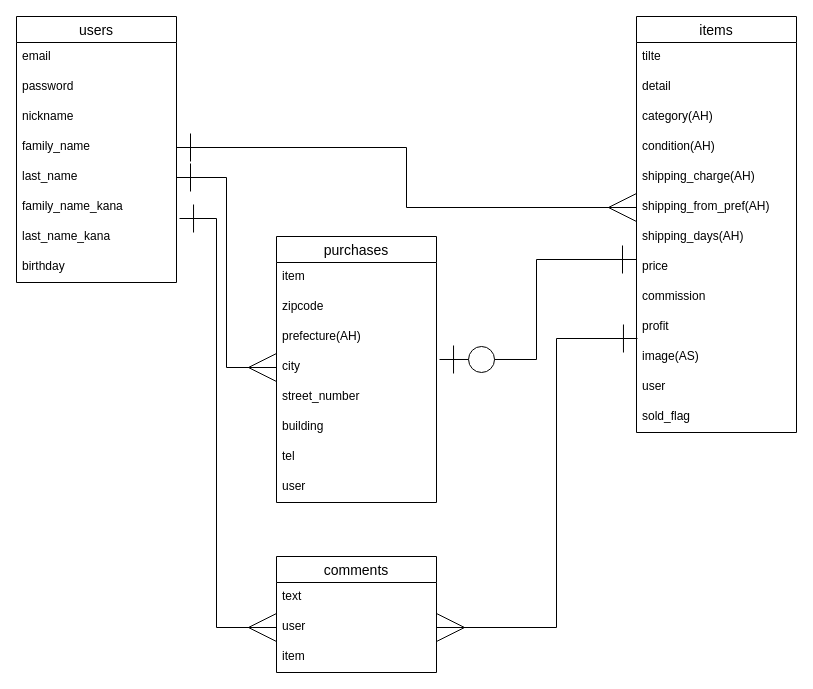
Above: furima.dio in mittz333/furima-32371 (draw.io), before the change. Source tidied: cells renumbered, new cells numbered last; positions are measured from the earlier drawing's top-left corner, leaving out a move shared by most shapes. Both pictures are drawn from the tidied source at 100%, with x=0, y=0 at pixel (16, 16).
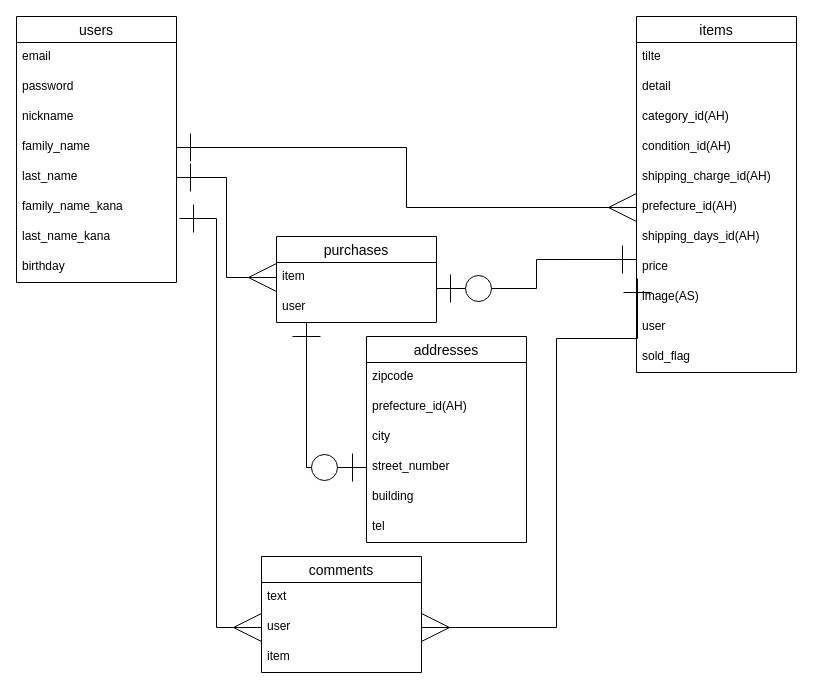
Above is the later version.

Unchanged cells that the change refers to:
```xml
<mxCell id="7" value="last_name" style="text;strokeColor=none;fillColor=none;spacingLeft=4;spacingRight=4;overflow=hidden;points=[[0,0.5],[1,0.5]];portConstraint=eastwest;fontSize=12;" parent="2" vertex="1">
  <mxGeometry y="146" width="160" height="30" as="geometry" />
</mxCell>
<mxCell id="19" value="price" style="text;strokeColor=none;fillColor=none;spacingLeft=4;spacingRight=4;overflow=hidden;points=[[0,0.5],[1,0.5]];portConstraint=eastwest;fontSize=12;" parent="11" vertex="1">
  <mxGeometry y="236" width="160" height="30" as="geometry" />
</mxCell>
<mxCell id="26" value="item" style="text;strokeColor=none;fillColor=none;spacingLeft=4;spacingRight=4;overflow=hidden;points=[[0,0.5],[1,0.5]];portConstraint=eastwest;fontSize=12;" parent="25" vertex="1">
  <mxGeometry y="26" width="160" height="30" as="geometry" />
</mxCell>
```

The edit, as a diff of the source:
```diff
@@
     <mxCell id="11" value="items" style="swimlane;fontStyle=0;horizontal=1;startSize=26;align=center;fontSize=14;" parent="1" vertex="1">
-      <mxGeometry x="620" width="160" height="416" as="geometry" />
+      <mxGeometry x="620" width="160" height="356" as="geometry" />
     </mxCell>
@@
-    <mxCell id="14" value="category(AH)" style="text;strokeColor=none;fillColor=none;spacingLeft=4;spacingRight=4;overflow=hidden;fontSize=12;" parent="11" vertex="1">
+    <mxCell id="14" value="category_id(AH)" style="text;strokeColor=none;fillColor=none;spacingLeft=4;spacingRight=4;overflow=hidden;fontSize=12;" parent="11" vertex="1">
       <mxGeometry y="86" width="160" height="30" as="geometry" />
     </mxCell>
-    <mxCell id="15" value="condition(AH)" style="text;strokeColor=none;fillColor=none;spacingLeft=4;spacingRight=4;overflow=hidden;fontSize=12;" parent="11" vertex="1">
+    <mxCell id="15" value="condition_id(AH)" style="text;strokeColor=none;fillColor=none;spacingLeft=4;spacingRight=4;overflow=hidden;fontSize=12;" parent="11" vertex="1">
       <mxGeometry y="116" width="160" height="30" as="geometry" />
     </mxCell>
-    <mxCell id="16" value="shipping_charge(AH)" style="text;strokeColor=none;fillColor=none;spacingLeft=4;spacingRight=4;overflow=hidden;fontSize=12;" parent="11" vertex="1">
+    <mxCell id="16" value="shipping_charge_id(AH)" style="text;strokeColor=none;fillColor=none;spacingLeft=4;spacingRight=4;overflow=hidden;fontSize=12;" parent="11" vertex="1">
       <mxGeometry y="146" width="160" height="30" as="geometry" />
     </mxCell>
-    <mxCell id="17" value="shipping_from_pref(AH)" style="text;strokeColor=none;fillColor=none;spacingLeft=4;spacingRight=4;overflow=hidden;points=[[0,0.5],[1,0.5]];portConstraint=eastwest;fontSize=12;" parent="11" vertex="1">
+    <mxCell id="17" value="prefecture_id(AH)" style="text;strokeColor=none;fillColor=none;spacingLeft=4;spacingRight=4;overflow=hidden;points=[[0,0.5],[1,0.5]];portConstraint=eastwest;fontSize=12;" parent="11" vertex="1">
       <mxGeometry y="176" width="160" height="30" as="geometry" />
     </mxCell>
-    <mxCell id="18" value="shipping_days(AH)" style="text;strokeColor=none;fillColor=none;spacingLeft=4;spacingRight=4;overflow=hidden;fontSize=12;" parent="11" vertex="1">
+    <mxCell id="18" value="shipping_days_id(AH)" style="text;strokeColor=none;fillColor=none;spacingLeft=4;spacingRight=4;overflow=hidden;fontSize=12;" parent="11" vertex="1">
       <mxGeometry y="206" width="160" height="30" as="geometry" />
     </mxCell>
@@
-    <mxCell id="20" value="commission" style="text;strokeColor=none;fillColor=none;spacingLeft=4;spacingRight=4;overflow=hidden;fontSize=12;" parent="11" vertex="1">
-      <mxGeometry y="266" width="160" height="30" as="geometry" />
-    </mxCell>
-    <mxCell id="21" value="profit" style="text;strokeColor=none;fillColor=none;spacingLeft=4;spacingRight=4;overflow=hidden;fontSize=12;" parent="11" vertex="1">
-      <mxGeometry y="296" width="160" height="30" as="geometry" />
-    </mxCell>
     <mxCell id="22" value="image(AS)" style="text;strokeColor=none;fillColor=none;spacingLeft=4;spacingRight=4;overflow=hidden;points=[[0,0.5],[1,0.5]];portConstraint=eastwest;fontSize=12;" parent="11" vertex="1">
-      <mxGeometry y="326" width="160" height="30" as="geometry" />
+      <mxGeometry y="266" width="160" height="30" as="geometry" />
     </mxCell>
     <mxCell id="23" value="user" style="text;strokeColor=none;fillColor=none;spacingLeft=4;spacingRight=4;overflow=hidden;fontSize=12;" parent="11" vertex="1">
-      <mxGeometry y="356" width="160" height="30" as="geometry" />
+      <mxGeometry y="296" width="160" height="30" as="geometry" />
     </mxCell>
     <mxCell id="24" value="sold_flag" style="text;strokeColor=none;fillColor=none;spacingLeft=4;spacingRight=4;overflow=hidden;fontSize=12;" parent="11" vertex="1">
-      <mxGeometry y="386" width="160" height="30" as="geometry" />
+      <mxGeometry y="326" width="160" height="30" as="geometry" />
     </mxCell>
     <mxCell id="25" value="purchases" style="swimlane;fontStyle=0;horizontal=1;startSize=26;align=center;fontSize=14;" parent="1" vertex="1">
-      <mxGeometry x="260" y="220" width="160" height="266" as="geometry" />
+      <mxGeometry x="260" y="220" width="160" height="86" as="geometry" />
     </mxCell>
@@
-    <mxCell id="27" value="zipcode" style="text;strokeColor=none;fillColor=none;spacingLeft=4;spacingRight=4;overflow=hidden;fontSize=12;" parent="25" vertex="1">
-      <mxGeometry y="56" width="160" height="30" as="geometry" />
-    </mxCell>
-    <mxCell id="28" value="prefecture(AH)" style="text;strokeColor=none;fillColor=none;spacingLeft=4;spacingRight=4;overflow=hidden;fontSize=12;" parent="25" vertex="1">
-      <mxGeometry y="86" width="160" height="30" as="geometry" />
-    </mxCell>
-    <mxCell id="29" value="city" style="text;strokeColor=none;fillColor=none;spacingLeft=4;spacingRight=4;overflow=hidden;points=[[0,0.5],[1,0.5]];portConstraint=eastwest;fontSize=12;" parent="25" vertex="1">
-      <mxGeometry y="116" width="160" height="30" as="geometry" />
-    </mxCell>
-    <mxCell id="30" value="street_number" style="text;strokeColor=none;fillColor=none;spacingLeft=4;spacingRight=4;overflow=hidden;points=[[0,0.5],[1,0.5]];portConstraint=eastwest;fontSize=12;" parent="25" vertex="1">
-      <mxGeometry y="146" width="160" height="30" as="geometry" />
-    </mxCell>
-    <mxCell id="31" value="building" style="text;strokeColor=none;fillColor=none;spacingLeft=4;spacingRight=4;overflow=hidden;fontSize=12;" parent="25" vertex="1">
-      <mxGeometry y="176" width="160" height="30" as="geometry" />
-    </mxCell>
-    <mxCell id="32" value="tel" style="text;strokeColor=none;fillColor=none;spacingLeft=4;spacingRight=4;overflow=hidden;fontSize=12;" parent="25" vertex="1">
-      <mxGeometry y="206" width="160" height="30" as="geometry" />
-    </mxCell>
     <mxCell id="33" value="user" style="text;strokeColor=none;fillColor=none;spacingLeft=4;spacingRight=4;overflow=hidden;points=[[0,0.5],[1,0.5]];portConstraint=eastwest;fontSize=12;" parent="25" vertex="1">
-      <mxGeometry y="236" width="160" height="30" as="geometry" />
+      <mxGeometry y="56" width="160" height="30" as="geometry" />
     </mxCell>
     <mxCell id="34" value="comments" style="swimlane;fontStyle=0;horizontal=1;startSize=26;align=center;fontSize=14;" parent="1" vertex="1">
-      <mxGeometry x="260" y="540" width="160" height="116" as="geometry" />
+      <mxGeometry x="245" y="540" width="160" height="116" as="geometry" />
     </mxCell>
@@
-    <mxCell id="39" style="edgeStyle=orthogonalEdgeStyle;rounded=0;jettySize=auto;html=1;entryX=0;entryY=0.5;entryDx=0;entryDy=0;startSize=26;fontSize=14;startArrow=ERone;startFill=0;endArrow=ERmany;endFill=0;endSize=26;exitX=1;exitY=0.5;exitDx=0;exitDy=0;" parent="1" edge="1" source="7" target="29">
+    <mxCell id="39" style="edgeStyle=orthogonalEdgeStyle;rounded=0;jettySize=auto;html=1;startSize=26;fontSize=14;startArrow=ERone;startFill=0;endArrow=ERmany;endFill=0;endSize=26;exitX=1;exitY=0.5;exitDx=0;exitDy=0;" parent="1" edge="1" source="7" target="26">
       <mxGeometry relative="1" as="geometry" />
     </mxCell>
-    <mxCell id="40" style="edgeStyle=orthogonalEdgeStyle;rounded=0;jettySize=auto;html=1;entryX=1.019;entryY=0.233;entryDx=0;entryDy=0;startSize=26;fontSize=14;startArrow=ERone;startFill=0;endArrow=ERzeroToOne;endFill=1;endSize=26;exitX=0;exitY=0.233;exitDx=0;exitDy=0;exitPerimeter=0;entryPerimeter=0;" parent="1" edge="1" source="19" target="29">
+    <mxCell id="40" style="edgeStyle=orthogonalEdgeStyle;rounded=0;jettySize=auto;html=1;entryX=1;entryY=-0.133;entryDx=0;entryDy=0;startSize=26;fontSize=14;startArrow=ERone;startFill=0;endArrow=ERzeroToOne;endFill=1;endSize=26;exitX=0;exitY=0.233;exitDx=0;exitDy=0;exitPerimeter=0;entryPerimeter=0;" parent="1" edge="1" source="19" target="33">
       <mxGeometry relative="1" as="geometry" />
     </mxCell>
@@
+    <mxCell id="43" value="addresses" style="swimlane;fontStyle=0;horizontal=1;startSize=26;align=center;fontSize=14;" parent="1" vertex="1">
+      <mxGeometry x="350" y="320" width="160" height="206" as="geometry" />
+    </mxCell>
+    <mxCell id="27" value="zipcode" style="text;strokeColor=none;fillColor=none;spacingLeft=4;spacingRight=4;overflow=hidden;fontSize=12;" parent="43" vertex="1">
+      <mxGeometry y="26" width="160" height="30" as="geometry" />
+    </mxCell>
+    <mxCell id="44" value="prefecture_id(AH)" style="text;strokeColor=none;fillColor=none;spacingLeft=4;spacingRight=4;overflow=hidden;fontSize=12;" parent="43" vertex="1">
+      <mxGeometry y="56" width="160" height="30" as="geometry" />
+    </mxCell>
+    <mxCell id="29" value="city" style="text;strokeColor=none;fillColor=none;spacingLeft=4;spacingRight=4;overflow=hidden;points=[[0,0.5],[1,0.5]];portConstraint=eastwest;fontSize=12;" parent="43" vertex="1">
+      <mxGeometry y="86" width="160" height="30" as="geometry" />
+    </mxCell>
+    <mxCell id="30" value="street_number" style="text;strokeColor=none;fillColor=none;spacingLeft=4;spacingRight=4;overflow=hidden;points=[[0,0.5],[1,0.5]];portConstraint=eastwest;fontSize=12;" parent="43" vertex="1">
+      <mxGeometry y="116" width="160" height="30" as="geometry" />
+    </mxCell>
+    <mxCell id="31" value="building" style="text;strokeColor=none;fillColor=none;spacingLeft=4;spacingRight=4;overflow=hidden;fontSize=12;" parent="43" vertex="1">
+      <mxGeometry y="146" width="160" height="30" as="geometry" />
+    </mxCell>
+    <mxCell id="32" value="tel" style="text;strokeColor=none;fillColor=none;spacingLeft=4;spacingRight=4;overflow=hidden;fontSize=12;" parent="43" vertex="1">
+      <mxGeometry y="176" width="160" height="30" as="geometry" />
+    </mxCell>
+    <mxCell id="45" style="edgeStyle=orthogonalEdgeStyle;rounded=0;jettySize=auto;html=1;startSize=26;fontSize=14;startArrow=ERone;startFill=0;endArrow=ERzeroToOne;endFill=1;endSize=26;entryX=0;entryY=0.5;entryDx=0;entryDy=0;" parent="1" edge="1" source="33" target="30">
+      <mxGeometry relative="1" as="geometry">
+        <Array as="points">
+          <mxPoint x="290" y="451" />
+        </Array>
+      </mxGeometry>
+    </mxCell>
```
